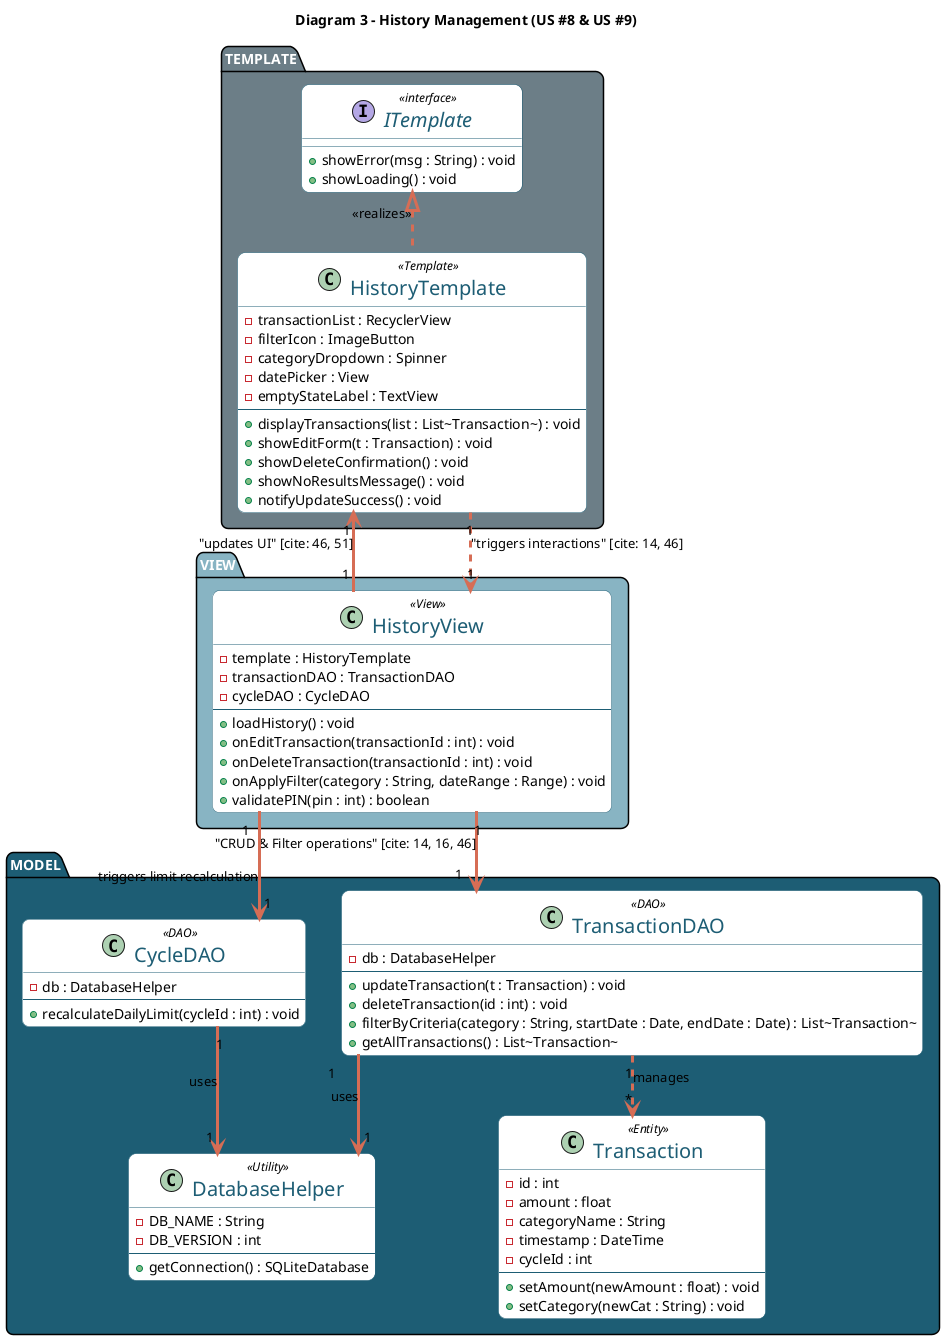
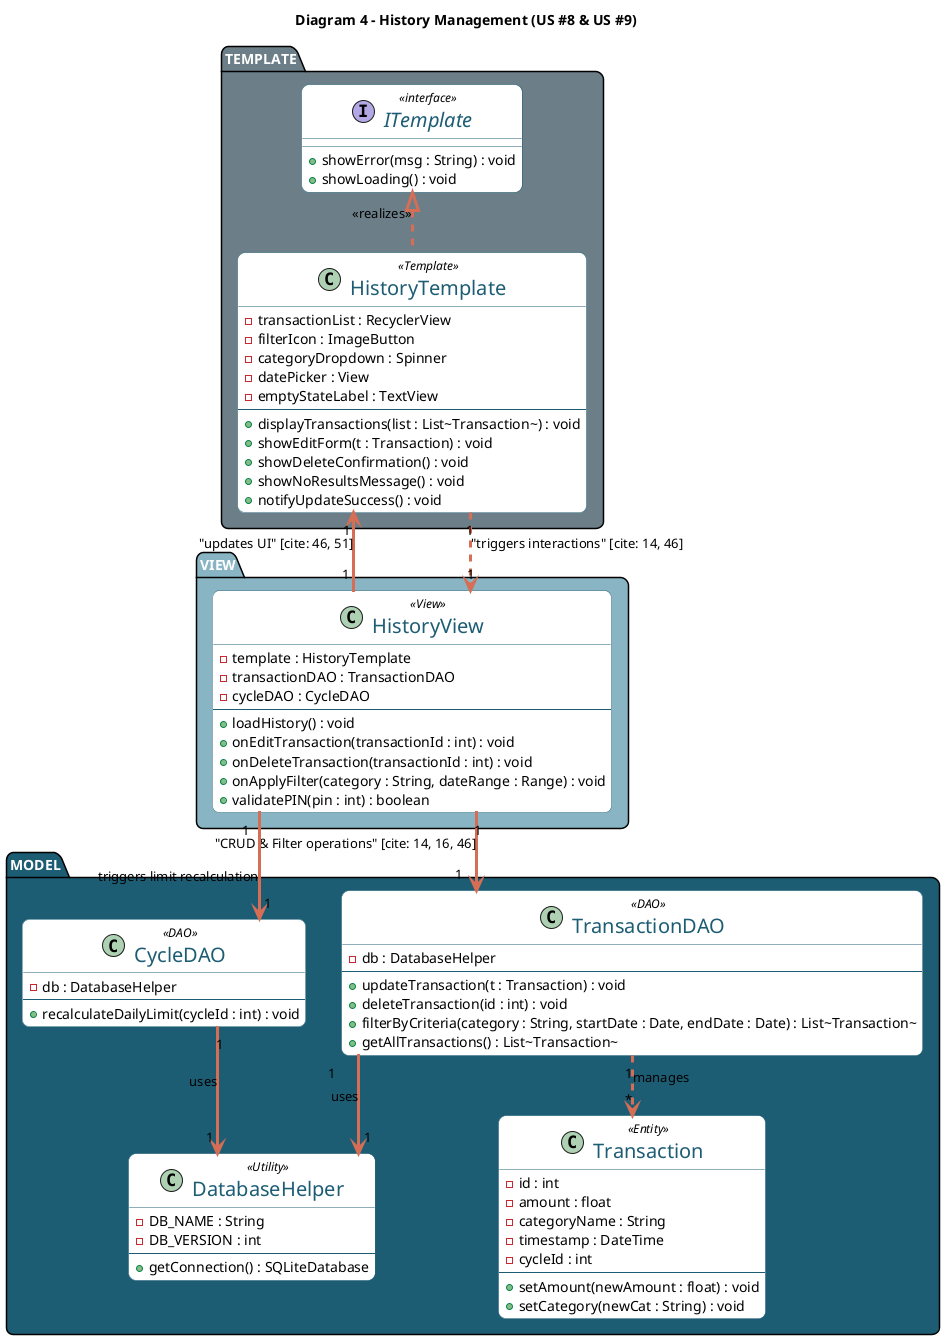
@startuml Diagram4_History_MVT
allow_mixing
top to bottom direction
skinparam linetype ortho
skinparam shadowing false
skinparam roundcorner 15
skinparam packageBackgroundColor #1D5D74
skinparam packageFontColor #FFFFFF
skinparam classBorderColor #1D5D74
skinparam classArrowColor #D66D55
skinparam ArrowThickness 3
skinparam ClassFontSize 20
skinparam classBackgroundColor #FFFFFF

skinparam classFontColor #1D5D74

- title Diagram 3 - History Management (US #8 & US #9)
+ title Diagram 4 - History Management (US #8 & US #9)

package "MODEL" #1D5D74 {

  class DatabaseHelper <<Utility>> {
    - DB_NAME : String
    - DB_VERSION : int
    --
    + getConnection() : SQLiteDatabase
  }

  class TransactionDAO <<DAO>> {
    - db : DatabaseHelper
    --
    + updateTransaction(t : Transaction) : void
    + deleteTransaction(id : int) : void
    + filterByCriteria(category : String, startDate : Date, endDate : Date) : List~Transaction~
    + getAllTransactions() : List~Transaction~
  }

  class CycleDAO <<DAO>> {
    - db : DatabaseHelper
    --
    + recalculateDailyLimit(cycleId : int) : void
  }

  class Transaction <<Entity>> {
    - id : int
    - amount : float
    - categoryName : String
    - timestamp : DateTime
    - cycleId : int
    --
    + setAmount(newAmount : float) : void
    + setCategory(newCat : String) : void
  }

  TransactionDAO "1" --> "1" DatabaseHelper : "uses"
  CycleDAO "1" --> "1" DatabaseHelper : "uses"
  TransactionDAO "1" ..> "*" Transaction : "manages"
}

package "VIEW" #88b4c3 {

  class HistoryView <<View>> {
    - template : HistoryTemplate
    - transactionDAO : TransactionDAO
    - cycleDAO : CycleDAO
    --
    + loadHistory() : void
    + onEditTransaction(transactionId : int) : void
    + onDeleteTransaction(transactionId : int) : void
    + onApplyFilter(category : String, dateRange : Range) : void
    + validatePIN(pin : int) : boolean
  }
}

package "TEMPLATE" #6c7e87 {

  interface ITemplate <<interface>> {
    + showError(msg : String) : void
    + showLoading() : void
  }

  class HistoryTemplate <<Template>> {
    - transactionList : RecyclerView
    - filterIcon : ImageButton
    - categoryDropdown : Spinner
    - datePicker : View
    - emptyStateLabel : TextView
    --
    + displayTransactions(list : List~Transaction~) : void
    + showEditForm(t : Transaction) : void
    + showDeleteConfirmation() : void
    + showNoResultsMessage() : void
    + notifyUpdateSuccess() : void
  }

  ITemplate <|.. HistoryTemplate : <<realizes>>
}


HistoryTemplate "1" ..> "1" HistoryView : "triggers interactions" [cite: 14, 46]
HistoryView "1" --> "1" HistoryTemplate : "updates UI" [cite: 46, 51]
HistoryView "1" --> "1" TransactionDAO : "CRUD & Filter operations" [cite: 14, 16, 46]
HistoryView "1" --> "1" CycleDAO : "triggers limit recalculation"

@enduml